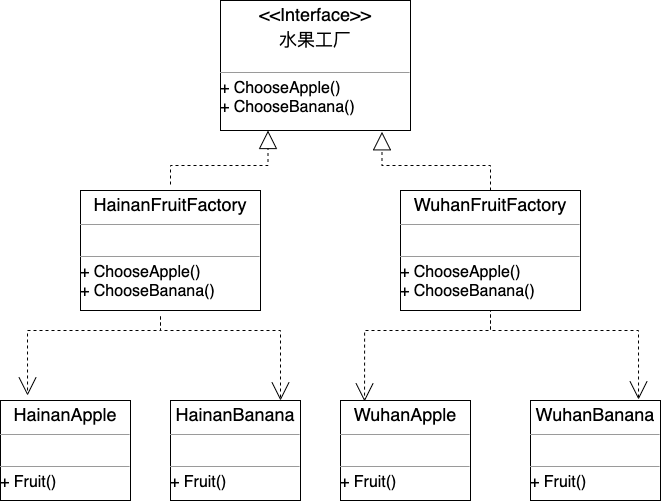
The draw.io diagram img/factory-abstract.png in boilingfrog/design-pattern-learning, before a commit. Source tidied: cells renumbered, new cells last; positions are measured from the earlier drawing's top-left corner, leaving out a move shared by most shapes.
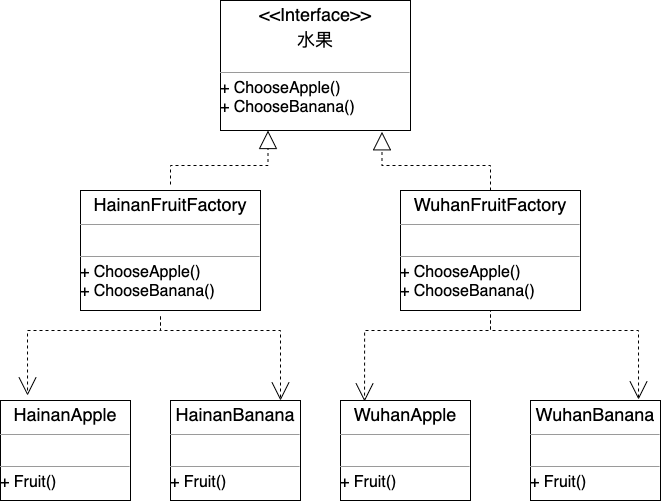
After the commit.

The edit, as a diff of the source:
```diff
@@ -45,7 +45,7 @@
         </Array>
       </mxGeometry>
     </mxCell>
-    <mxCell id="9" value="&lt;p style=&quot;margin: 4px 0px 0px ; text-align: center ; font-size: 18px&quot;&gt;&amp;lt;&amp;lt;Interface&amp;gt;&amp;gt;&lt;br&gt;&lt;/p&gt;&lt;p style=&quot;margin: 4px 0px 0px ; text-align: center ; font-size: 18px&quot;&gt;水果工厂&lt;/p&gt;&lt;p style=&quot;margin: 0px 0px 0px 4px ; font-size: 13px&quot;&gt;&lt;font style=&quot;font-size: 13px&quot;&gt;&lt;br&gt;&lt;/font&gt;&lt;/p&gt;&lt;hr size=&quot;1&quot; style=&quot;font-size: 13px&quot;&gt;&lt;span style=&quot;font-size: 16px&quot;&gt;+ ChooseApple()&amp;nbsp;&lt;br&gt;&lt;/span&gt;&lt;span style=&quot;font-size: 16px&quot;&gt;+ ChooseBanana()&amp;nbsp;&lt;/span&gt;&lt;span style=&quot;font-size: 16px&quot;&gt;&lt;br&gt;&lt;/span&gt;" style="verticalAlign=top;align=left;overflow=fill;fontSize=12;fontFamily=Helvetica;html=1;" parent="1" vertex="1">
+    <mxCell id="9" value="&lt;p style=&quot;margin: 4px 0px 0px ; text-align: center ; font-size: 18px&quot;&gt;&amp;lt;&amp;lt;Interface&amp;gt;&amp;gt;&lt;br&gt;&lt;/p&gt;&lt;p style=&quot;margin: 4px 0px 0px ; text-align: center ; font-size: 18px&quot;&gt;水果&lt;/p&gt;&lt;p style=&quot;margin: 0px 0px 0px 4px ; font-size: 13px&quot;&gt;&lt;font style=&quot;font-size: 13px&quot;&gt;&lt;br&gt;&lt;/font&gt;&lt;/p&gt;&lt;hr size=&quot;1&quot; style=&quot;font-size: 13px&quot;&gt;&lt;span style=&quot;font-size: 16px&quot;&gt;+ ChooseApple()&amp;nbsp;&lt;br&gt;&lt;/span&gt;&lt;span style=&quot;font-size: 16px&quot;&gt;+ ChooseBanana()&amp;nbsp;&lt;/span&gt;&lt;span style=&quot;font-size: 16px&quot;&gt;&lt;br&gt;&lt;/span&gt;" style="verticalAlign=top;align=left;overflow=fill;fontSize=12;fontFamily=Helvetica;html=1;" parent="1" vertex="1">
       <mxGeometry x="220" width="190" height="130" as="geometry" />
     </mxCell>
     <mxCell id="10" value="&lt;p style=&quot;margin: 4px 0px 0px ; text-align: center ; font-size: 18px&quot;&gt;HainanApple&lt;/p&gt;&lt;hr size=&quot;1&quot; style=&quot;font-size: 18px&quot;&gt;&lt;p style=&quot;margin: 0px 0px 0px 4px ; font-size: 13px&quot;&gt;&lt;font style=&quot;font-size: 13px&quot;&gt;&lt;br&gt;&lt;/font&gt;&lt;/p&gt;&lt;hr size=&quot;1&quot; style=&quot;font-size: 13px&quot;&gt;&lt;span style=&quot;font-size: 16px&quot;&gt;+ Fruit()&amp;nbsp;&lt;/span&gt;" style="verticalAlign=top;align=left;overflow=fill;fontSize=12;fontFamily=Helvetica;html=1;" parent="1" vertex="1">
```
